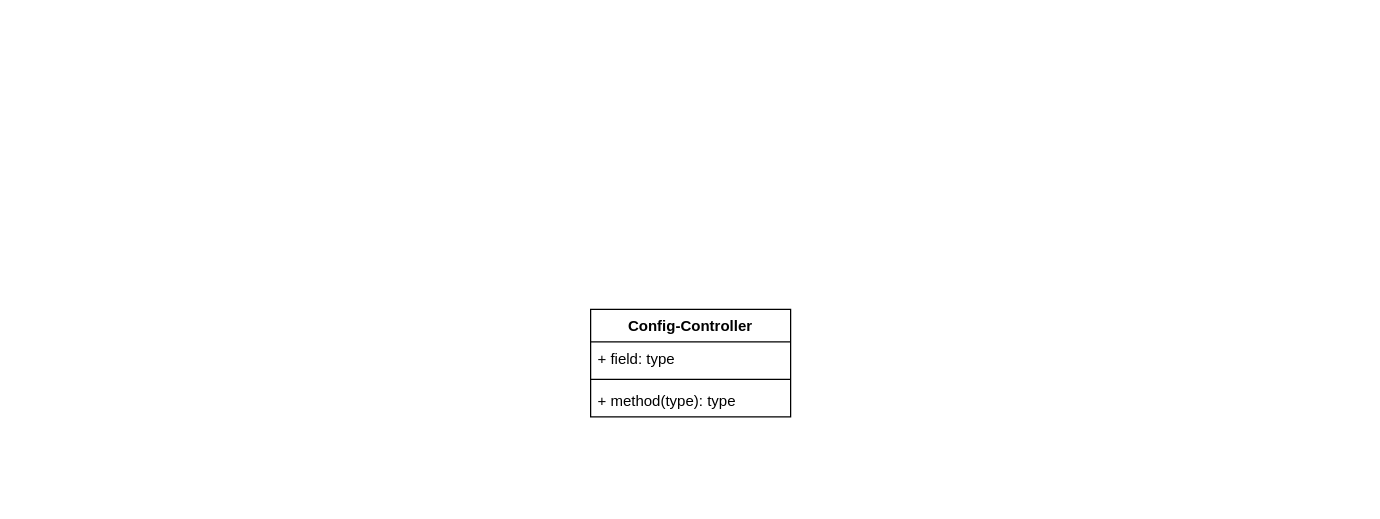
Before: page "Configuration Controller" (6 of 8) of M01 Venus/docs/figures/Class Diagram.drawio in KCyrusNF/Dyad-Epistemics, a draw.io diagram. Source tidied: cells renumbered, new cells numbered last; positions are measured from the earlier drawing's top-left corner, leaving out a move shared by most shapes. Both pictures are drawn from the tidied source at 125%, with x=0, y=0 at pixel (590, 309).
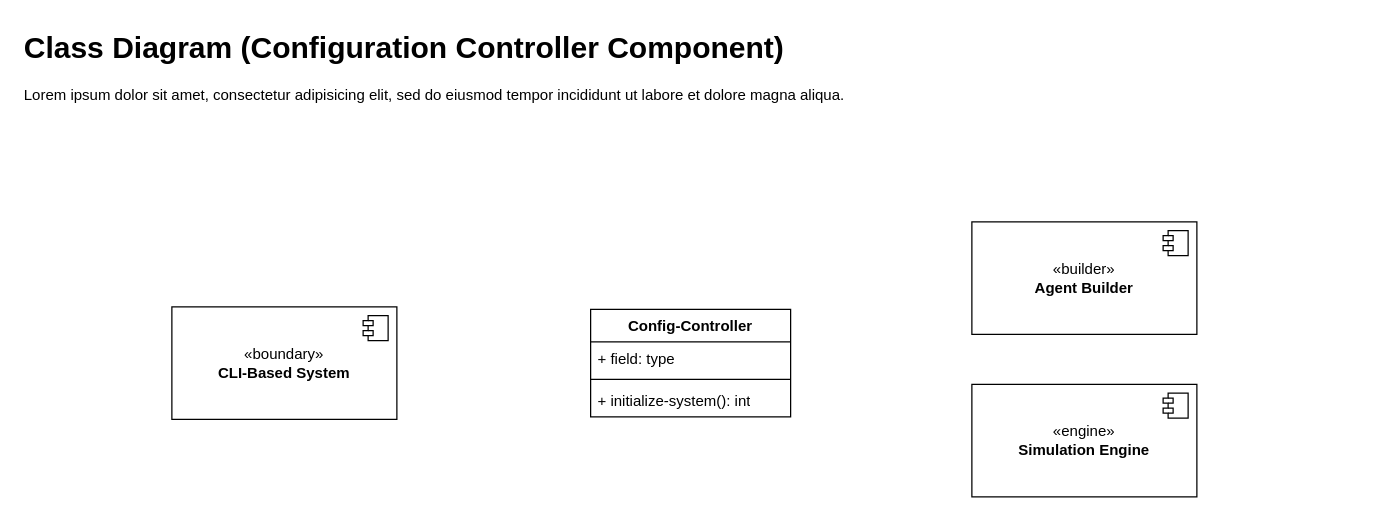
After the change.

Commit message (it also covers changes not shown here):
Expand and refine class diagram architecture

- implement major structural additions
- improve core system architecture
- refine model relationships and responsibilities
- continue development of UML design

What changed in the source:
```diff
@@
 <mxGraphModel>
   <root>
     <mxCell id="0" />
     <mxCell id="1" parent="0" />
     <mxCell id="2" value="Config-Controller" style="swimlane;fontStyle=1;align=center;verticalAlign=top;horizontal=1;startSize=26;whiteSpace=wrap;html=1;" parent="1" vertex="1">
       <mxGeometry width="160" height="86" as="geometry" />
     </mxCell>
     <mxCell id="3" value="+ field: type" style="text;strokeColor=none;fillColor=none;align=left;verticalAlign=top;spacingLeft=4;spacingRight=4;overflow=hidden;whiteSpace=wrap;html=1;gradientColor=none;" parent="2" vertex="1">
       <mxGeometry y="26" width="160" height="26" as="geometry" />
     </mxCell>
     <mxCell id="4" style="line;strokeWidth=1;fillColor=none;align=left;verticalAlign=middle;spacingTop=-1;spacingLeft=3;spacingRight=3;labelPosition=right;strokeColor=inherit;" parent="2" vertex="1">
       <mxGeometry y="52" width="160" height="8" as="geometry" />
     </mxCell>
-    <mxCell id="5" value="+ method(type): type" style="text;strokeColor=none;fillColor=none;align=left;verticalAlign=top;spacingLeft=4;spacingRight=4;overflow=hidden;whiteSpace=wrap;html=1;" parent="2" vertex="1">
+    <mxCell id="5" value="+ initialize-system(): int" style="text;strokeColor=none;fillColor=none;align=left;verticalAlign=top;spacingLeft=4;spacingRight=4;overflow=hidden;whiteSpace=wrap;html=1;" parent="2" vertex="1">
       <mxGeometry y="60" width="160" height="26" as="geometry" />
     </mxCell>
+    <mxCell id="6" value="&lt;div&gt;«builder»&lt;/div&gt;&lt;div&gt;&lt;b&gt;Agent Builder&lt;/b&gt;&lt;/div&gt;" style="html=1;whiteSpace=wrap;" parent="1" vertex="1">
+      <mxGeometry x="305" y="-70" width="180" height="90" as="geometry" />
+    </mxCell>
+    <mxCell id="7" style="shape=module;jettyWidth=8;jettyHeight=4;" parent="6" vertex="1">
+      <mxGeometry x="1" width="20" height="20" relative="1" as="geometry">
+        <mxPoint x="-27" y="7" as="offset" />
+      </mxGeometry>
+    </mxCell>
+    <mxCell id="8" value="&lt;div&gt;«boundary»&lt;/div&gt;&lt;div&gt;&lt;b&gt;CLI-Based System&lt;/b&gt;&lt;/div&gt;" style="html=1;whiteSpace=wrap;" parent="1" vertex="1">
+      <mxGeometry x="-335" y="-2" width="180" height="90" as="geometry" />
+    </mxCell>
+    <mxCell id="9" style="shape=module;jettyWidth=8;jettyHeight=4;" parent="8" vertex="1">
+      <mxGeometry x="1" width="20" height="20" relative="1" as="geometry">
+        <mxPoint x="-27" y="7" as="offset" />
+      </mxGeometry>
+    </mxCell>
+    <mxCell id="10" value="&lt;div&gt;«engine»&lt;/div&gt;&lt;div&gt;&lt;b&gt;Simulation Engine&lt;/b&gt;&lt;/div&gt;" style="html=1;whiteSpace=wrap;" parent="1" vertex="1">
+      <mxGeometry x="305" y="60" width="180" height="90" as="geometry" />
+    </mxCell>
+    <mxCell id="11" style="shape=module;jettyWidth=8;jettyHeight=4;" parent="10" vertex="1">
+      <mxGeometry x="1" width="20" height="20" relative="1" as="geometry">
+        <mxPoint x="-27" y="7" as="offset" />
+      </mxGeometry>
+    </mxCell>
+    <mxCell id="12" value="&lt;h1 style=&quot;margin-top: 0px;&quot;&gt;Class Diagram (Configuration Controller Component)&lt;/h1&gt;&lt;p&gt;Lorem ipsum dolor sit amet, consectetur adipisicing elit, sed do eiusmod tempor incididunt ut labore et dolore magna aliqua.&lt;/p&gt;" style="text;html=1;whiteSpace=wrap;overflow=hidden;rounded=0;" parent="1" vertex="1">
+      <mxGeometry x="-455" y="-230" width="1070" height="120" as="geometry" />
+    </mxCell>
   </root>
 </mxGraphModel>
```
